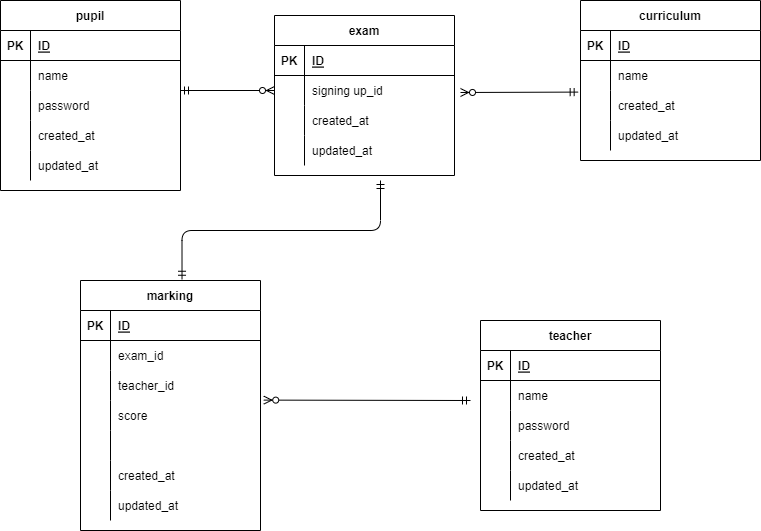
Before: index.drawio.png, a diagram exported from draw.io (ako-a/DBtest). Source tidied: cells renumbered, new cells last; positions are measured from the earlier drawing's top-left corner, leaving out a move shared by most shapes.
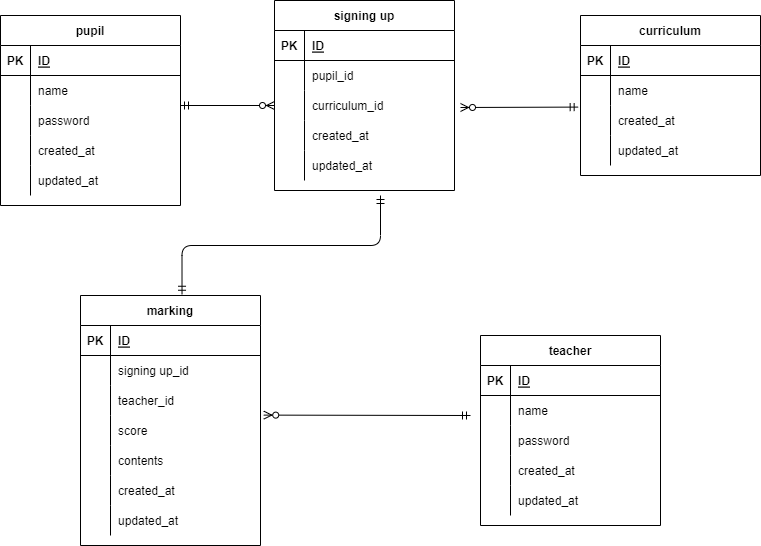
After the change.

Commit message:
修正内容が分かるコミットメッセージ

The edit, as a diff of the source:
```diff
@@ -89,45 +89,6 @@
     <mxCell id="30" value="updated_at" style="shape=partialRectangle;fillColor=none;top=0;left=0;bottom=0;right=0;align=left;spacingLeft=6;overflow=hidden;" parent="28" vertex="1">
       <mxGeometry x="30" width="150" height="30" as="geometry" />
     </mxCell>
-    <mxCell id="31" value="exam" style="shape=table;startSize=30;rowLines=0;fontStyle=1;align=center;" parent="1" vertex="1">
-      <mxGeometry x="274" y="15" width="180" height="160" as="geometry" />
-    </mxCell>
-    <mxCell id="32" style="shape=partialRectangle;fillColor=none;top=0;left=0;bottom=1;right=0;" parent="31" vertex="1">
-      <mxGeometry y="30" width="180" height="30" as="geometry" />
-    </mxCell>
-    <mxCell id="33" value="PK" style="shape=partialRectangle;fillColor=none;top=0;left=0;bottom=0;right=0;fontStyle=1;overflow=hidden;" parent="32" vertex="1">
-      <mxGeometry width="30" height="30" as="geometry" />
-    </mxCell>
-    <mxCell id="34" value="ID" style="shape=partialRectangle;fillColor=none;top=0;left=0;bottom=0;right=0;align=left;spacingLeft=6;fontStyle=5;overflow=hidden;" parent="32" vertex="1">
-      <mxGeometry x="30" width="150" height="30" as="geometry" />
-    </mxCell>
-    <mxCell id="35" style="shape=partialRectangle;fillColor=none;top=0;left=0;bottom=0;right=0;points=[[0,0.5],[1,0.5]];portConstraint=eastwest;" parent="31" vertex="1">
-      <mxGeometry y="60" width="180" height="30" as="geometry" />
-    </mxCell>
-    <mxCell id="36" style="shape=partialRectangle;fillColor=none;top=0;left=0;bottom=0;right=0;overflow=hidden;" parent="35" vertex="1">
-      <mxGeometry width="30" height="30" as="geometry" />
-    </mxCell>
-    <mxCell id="37" value="signing up_id" style="shape=partialRectangle;fillColor=none;top=0;left=0;bottom=0;right=0;align=left;spacingLeft=6;overflow=hidden;" parent="35" vertex="1">
-      <mxGeometry x="30" width="150" height="30" as="geometry" />
-    </mxCell>
-    <mxCell id="38" style="shape=partialRectangle;fillColor=none;top=0;left=0;bottom=0;right=0;" parent="31" vertex="1">
-      <mxGeometry y="90" width="180" height="30" as="geometry" />
-    </mxCell>
-    <mxCell id="39" style="shape=partialRectangle;fillColor=none;top=0;left=0;bottom=0;right=0;overflow=hidden;" parent="38" vertex="1">
-      <mxGeometry width="30" height="30" as="geometry" />
-    </mxCell>
-    <mxCell id="40" value="created_at" style="shape=partialRectangle;fillColor=none;top=0;left=0;bottom=0;right=0;align=left;spacingLeft=6;overflow=hidden;" parent="38" vertex="1">
-      <mxGeometry x="30" width="150" height="30" as="geometry" />
-    </mxCell>
-    <mxCell id="41" style="shape=partialRectangle;fillColor=none;top=0;left=0;bottom=0;right=0;" parent="31" vertex="1">
-      <mxGeometry y="120" width="180" height="30" as="geometry" />
-    </mxCell>
-    <mxCell id="42" style="shape=partialRectangle;fillColor=none;top=0;left=0;bottom=0;right=0;overflow=hidden;" parent="41" vertex="1">
-      <mxGeometry width="30" height="30" as="geometry" />
-    </mxCell>
-    <mxCell id="43" value="updated_at" style="shape=partialRectangle;fillColor=none;top=0;left=0;bottom=0;right=0;align=left;spacingLeft=6;overflow=hidden;" parent="41" vertex="1">
-      <mxGeometry x="30" width="150" height="30" as="geometry" />
-    </mxCell>
     <mxCell id="44" value="teacher" style="shape=table;startSize=30;rowLines=0;fontStyle=1;align=center;" parent="1" vertex="1">
       <mxGeometry x="480" y="320" width="180" height="190" as="geometry" />
     </mxCell>
@@ -194,7 +155,7 @@
     <mxCell id="65" style="shape=partialRectangle;fillColor=none;top=0;left=0;bottom=0;right=0;overflow=hidden;" parent="64" vertex="1">
       <mxGeometry width="30" height="30" as="geometry" />
     </mxCell>
-    <mxCell id="66" value="exam_id" style="shape=partialRectangle;fillColor=none;top=0;left=0;bottom=0;right=0;align=left;spacingLeft=6;overflow=hidden;" parent="64" vertex="1">
+    <mxCell id="66" value="signing up_id" style="shape=partialRectangle;fillColor=none;top=0;left=0;bottom=0;right=0;align=left;spacingLeft=6;overflow=hidden;" parent="64" vertex="1">
       <mxGeometry x="30" width="150" height="30" as="geometry" />
     </mxCell>
     <mxCell id="67" style="shape=partialRectangle;fillColor=none;top=0;left=0;bottom=0;right=0;" parent="60" vertex="1">
@@ -221,7 +182,7 @@
     <mxCell id="74" style="shape=partialRectangle;fillColor=none;top=0;left=0;bottom=0;right=0;overflow=hidden;" parent="73" vertex="1">
       <mxGeometry width="30" height="30" as="geometry" />
     </mxCell>
-    <mxCell id="75" style="shape=partialRectangle;fillColor=none;top=0;left=0;bottom=0;right=0;align=left;spacingLeft=6;overflow=hidden;" parent="73" vertex="1">
+    <mxCell id="75" value="contents" style="shape=partialRectangle;fillColor=none;top=0;left=0;bottom=0;right=0;align=left;spacingLeft=6;overflow=hidden;" parent="73" vertex="1">
       <mxGeometry x="30" width="150" height="30" as="geometry" />
     </mxCell>
     <mxCell id="76" style="shape=partialRectangle;fillColor=none;top=0;left=0;bottom=0;right=0;" parent="60" vertex="1">
@@ -242,9 +203,10 @@
     <mxCell id="81" value="updated_at" style="shape=partialRectangle;fillColor=none;top=0;left=0;bottom=0;right=0;align=left;spacingLeft=6;overflow=hidden;" parent="79" vertex="1">
       <mxGeometry x="30" width="150" height="30" as="geometry" />
     </mxCell>
-    <mxCell id="82" style="fontSize=12;html=1;endArrow=ERzeroToMany;startArrow=ERmandOne;entryX=0;entryY=0.5;entryDx=0;entryDy=0;" parent="1" edge="1" target="35">
+    <mxCell id="82" style="fontSize=12;html=1;endArrow=ERzeroToMany;startArrow=ERmandOne;entryX=0;entryY=0.5;entryDx=0;entryDy=0;" parent="1" edge="1">
       <mxGeometry relative="1" as="geometry">
         <mxPoint x="180" y="90" as="sourcePoint" />
+        <mxPoint x="274" y="90" as="targetPoint" />
       </mxGeometry>
     </mxCell>
     <mxCell id="83" style="fontSize=12;html=1;endArrow=ERzeroToMany;startArrow=ERmandOne;exitX=-0.013;exitY=0.053;exitDx=0;exitDy=0;exitPerimeter=0;" parent="1" edge="1" source="25">
@@ -269,5 +231,53 @@
         <mxPoint x="470" y="400" as="sourcePoint" />
       </mxGeometry>
     </mxCell>
+    <mxCell id="86" value="signing up" style="shape=table;startSize=30;rowLines=0;fontStyle=1;align=center;" parent="1" vertex="1">
+      <mxGeometry x="274" y="-15" width="180" height="190" as="geometry" />
+    </mxCell>
+    <mxCell id="32" style="shape=partialRectangle;fillColor=none;top=0;left=0;bottom=1;right=0;" parent="86" vertex="1">
+      <mxGeometry y="30" width="180" height="30" as="geometry" />
+    </mxCell>
+    <mxCell id="33" value="PK" style="shape=partialRectangle;fillColor=none;top=0;left=0;bottom=0;right=0;fontStyle=1;overflow=hidden;" parent="32" vertex="1">
+      <mxGeometry width="30" height="30" as="geometry" />
+    </mxCell>
+    <mxCell id="34" value="ID" style="shape=partialRectangle;fillColor=none;top=0;left=0;bottom=0;right=0;align=left;spacingLeft=6;fontStyle=5;overflow=hidden;" parent="32" vertex="1">
+      <mxGeometry x="30" width="150" height="30" as="geometry" />
+    </mxCell>
+    <mxCell id="35" style="shape=partialRectangle;fillColor=none;top=0;left=0;bottom=0;right=0;points=[[0,0.5],[1,0.5]];portConstraint=eastwest;" parent="86" vertex="1">
+      <mxGeometry y="60" width="180" height="30" as="geometry" />
+    </mxCell>
+    <mxCell id="87" style="shape=partialRectangle;fillColor=none;top=0;left=0;bottom=0;right=0;overflow=hidden;" parent="35" vertex="1">
+      <mxGeometry width="30" height="30" as="geometry" />
+    </mxCell>
+    <mxCell id="88" value="pupil_id" style="shape=partialRectangle;fillColor=none;top=0;left=0;bottom=0;right=0;align=left;spacingLeft=6;overflow=hidden;" parent="35" vertex="1">
+      <mxGeometry x="30" width="150" height="30" as="geometry" />
+    </mxCell>
+    <mxCell id="38" style="shape=partialRectangle;fillColor=none;top=0;left=0;bottom=0;right=0;" parent="86" vertex="1">
+      <mxGeometry y="90" width="180" height="30" as="geometry" />
+    </mxCell>
+    <mxCell id="89" style="shape=partialRectangle;fillColor=none;top=0;left=0;bottom=0;right=0;overflow=hidden;" parent="38" vertex="1">
+      <mxGeometry width="30" height="30" as="geometry" />
+    </mxCell>
+    <mxCell id="90" value="curriculum_id" style="shape=partialRectangle;fillColor=none;top=0;left=0;bottom=0;right=0;align=left;spacingLeft=6;overflow=hidden;" parent="38" vertex="1">
+      <mxGeometry x="30" width="150" height="30" as="geometry" />
+    </mxCell>
+    <mxCell id="41" style="shape=partialRectangle;fillColor=none;top=0;left=0;bottom=0;right=0;" parent="86" vertex="1">
+      <mxGeometry y="120" width="180" height="30" as="geometry" />
+    </mxCell>
+    <mxCell id="91" style="shape=partialRectangle;fillColor=none;top=0;left=0;bottom=0;right=0;overflow=hidden;" parent="41" vertex="1">
+      <mxGeometry width="30" height="30" as="geometry" />
+    </mxCell>
+    <mxCell id="40" value="created_at" style="shape=partialRectangle;fillColor=none;top=0;left=0;bottom=0;right=0;align=left;spacingLeft=6;overflow=hidden;" parent="41" vertex="1">
+      <mxGeometry x="30" width="150" height="30" as="geometry" />
+    </mxCell>
+    <mxCell id="92" style="shape=partialRectangle;fillColor=none;top=0;left=0;bottom=0;right=0;" parent="86" vertex="1">
+      <mxGeometry y="150" width="180" height="30" as="geometry" />
+    </mxCell>
+    <mxCell id="93" style="shape=partialRectangle;fillColor=none;top=0;left=0;bottom=0;right=0;overflow=hidden;" parent="92" vertex="1">
+      <mxGeometry width="30" height="30" as="geometry" />
+    </mxCell>
+    <mxCell id="43" value="updated_at" style="shape=partialRectangle;fillColor=none;top=0;left=0;bottom=0;right=0;align=left;spacingLeft=6;overflow=hidden;" parent="92" vertex="1">
+      <mxGeometry x="30" width="150" height="30" as="geometry" />
+    </mxCell>
   </root>
 </mxGraphModel>
```
